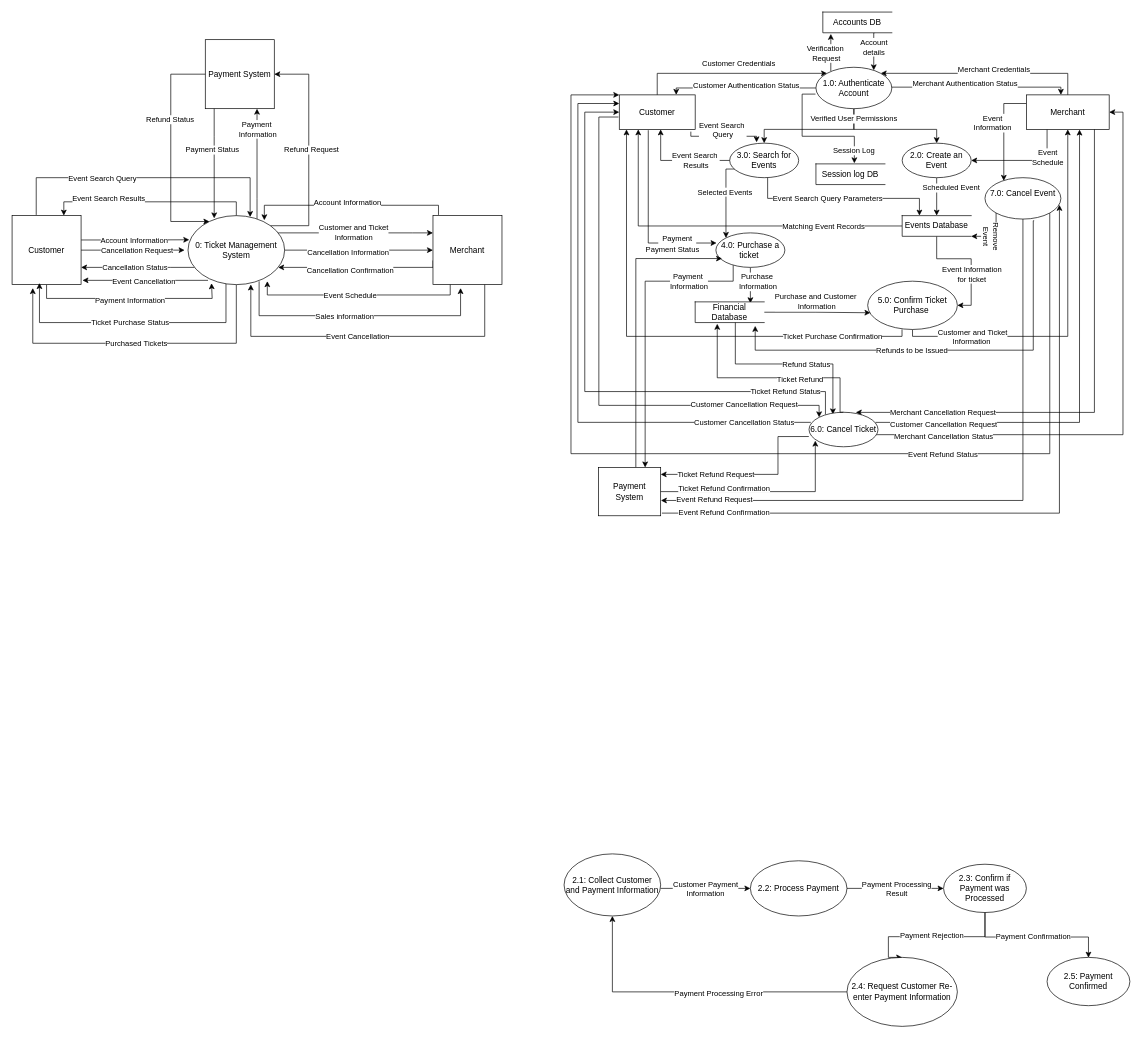
Earlier version of the draw.io diagram ITEC 630 DFD Ticket Mangement System .drawio (SteveWChang/UMGC-ITEC--630-Ticketing-System-Modeling-and-Analysis). Source tidied: cells renumbered, new cells numbered last; positions are measured from the earlier drawing's top-left corner, leaving out a move shared by most shapes. Both pictures are drawn from the tidied source at 69%, with x=0, y=0 at pixel (12, 12).
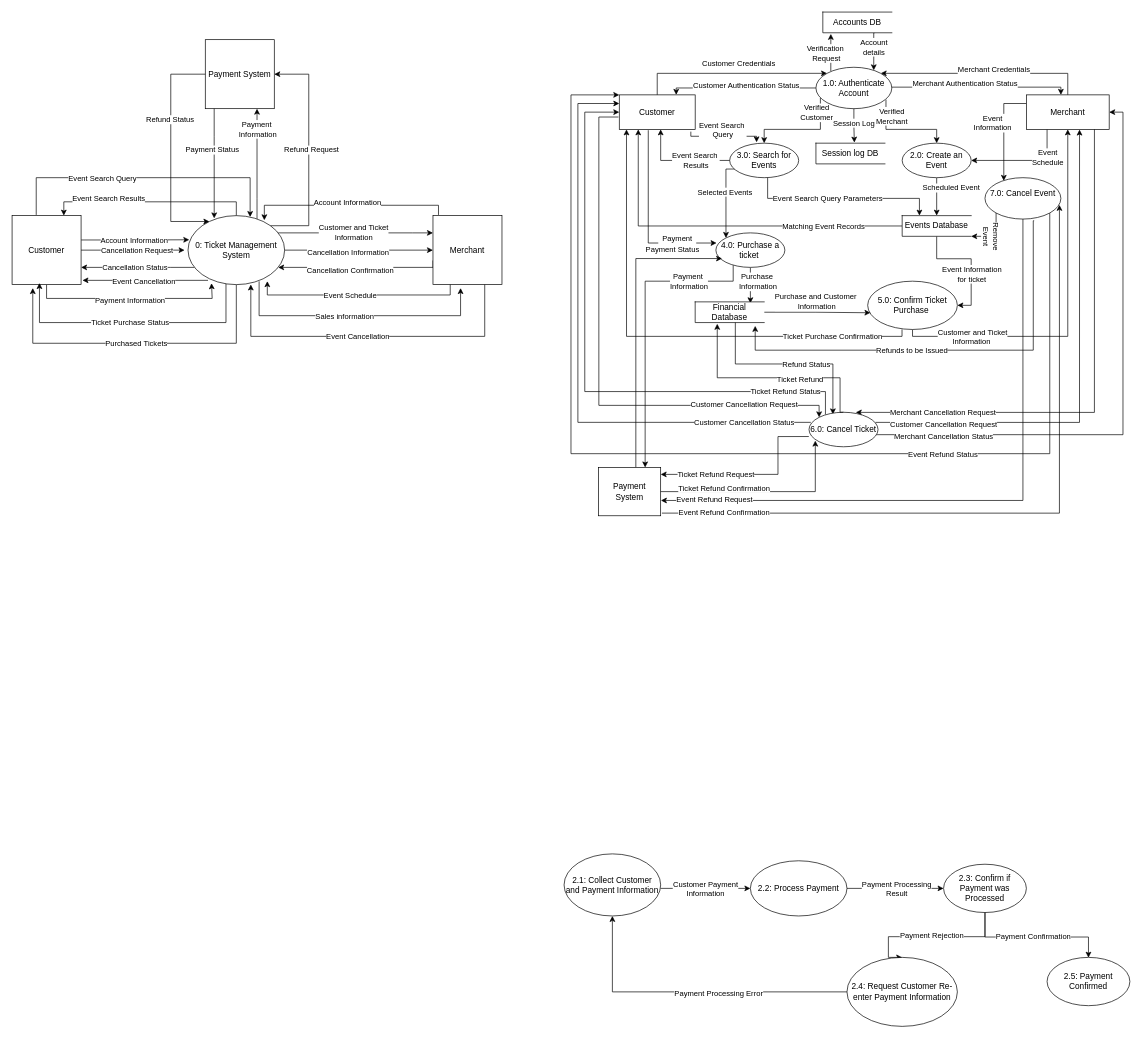
The same page after the edit.

Unchanged cells that the change refers to:
```xml
<mxCell id="28" value="2.0: Create an Event" style="shape=ellipse;html=1;dashed=0;whiteSpace=wrap;perimeter=ellipsePerimeter;" parent="1" vertex="1">
  <mxGeometry x="1290" y="190" width="100" height="50" as="geometry" />
</mxCell>
<mxCell id="99" value="3.0: Search for Events" style="shape=ellipse;html=1;dashed=0;whiteSpace=wrap;perimeter=ellipsePerimeter;" parent="1" vertex="1">
  <mxGeometry x="1040" y="190" width="100" height="50" as="geometry" />
</mxCell>
<mxCell id="111" value="1.0: Authenticate Account" style="shape=ellipse;html=1;dashed=0;whiteSpace=wrap;perimeter=ellipsePerimeter;" parent="1" vertex="1">
  <mxGeometry x="1165" y="80" width="110" height="60" as="geometry" />
</mxCell>
```

Diff of the diagram source:
```diff
@@
-    <mxCell id="108" style="edgeStyle=orthogonalEdgeStyle;rounded=0;jettySize=auto;html=1;exitX=0.5;exitY=1;exitDx=0;exitDy=0;entryX=0.5;entryY=0;entryDx=0;entryDy=0;" parent="1" edge="1" source="111" target="99">
-      <mxGeometry relative="1" as="geometry">
+    <mxCell id="108" style="edgeStyle=orthogonalEdgeStyle;rounded=0;jettySize=auto;html=1;exitX=0.059;exitY=0.742;exitDx=0;exitDy=0;entryX=0.5;entryY=0;entryDx=0;entryDy=0;exitPerimeter=0;" parent="1" edge="1" source="111" target="99">
+      <mxGeometry x="-0.22" relative="1" as="geometry">
         <Array as="points">
-          <mxPoint x="1220" y="170" />
+          <mxPoint x="1171.5" y="170" />
           <mxPoint x="1090" y="170" />
         </Array>
       </mxGeometry>
     </mxCell>
+    <mxCell id="154" value="&lt;div&gt;Verified&lt;/div&gt;&lt;div&gt;Customer&lt;/div&gt;" style="edgeLabel;html=1;align=center;verticalAlign=middle;" parent="108" vertex="1">
+      <mxGeometry x="-0.57" relative="1" as="geometry">
+        <mxPoint x="-6" y="-11" as="offset" />
+      </mxGeometry>
+    </mxCell>
-    <mxCell id="109" style="edgeStyle=orthogonalEdgeStyle;rounded=0;jettySize=auto;html=1;entryX=0.5;entryY=0;entryDx=0;entryDy=0;" parent="1" edge="1" source="111" target="28">
-      <mxGeometry relative="1" as="geometry">
+    <mxCell id="109" style="edgeStyle=orthogonalEdgeStyle;rounded=0;jettySize=auto;html=1;entryX=0.5;entryY=0;entryDx=0;entryDy=0;exitX=0.923;exitY=0.778;exitDx=0;exitDy=0;exitPerimeter=0;" parent="1" edge="1" source="111" target="28">
+      <mxGeometry x="-0.24" relative="1" as="geometry">
         <Array as="points">
-          <mxPoint x="1220" y="170" />
+          <mxPoint x="1266.5" y="170" />
           <mxPoint x="1340" y="170" />
         </Array>
       </mxGeometry>
     </mxCell>
-    <mxCell id="110" value="Verified User Permissions" style="edgeLabel;html=1;align=center;verticalAlign=middle;" parent="109" vertex="1">
-      <mxGeometry x="-0.83" y="-1" relative="1" as="geometry" />
+    <mxCell id="110" value="&lt;div&gt;Verified&lt;/div&gt;&lt;div&gt;Merchant&lt;/div&gt;" style="edgeLabel;html=1;align=center;verticalAlign=middle;" parent="109" vertex="1">
+      <mxGeometry x="-0.35" y="-1" relative="1" as="geometry">
+        <mxPoint x="7" y="-21" as="offset" />
+      </mxGeometry>
     </mxCell>
@@
     <mxCell id="118" value="Session log DB" style="html=1;dashed=0;whiteSpace=wrap;shape=partialRectangle;right=0;" parent="1" vertex="1">
-      <mxGeometry x="1165" y="220" width="100" height="30" as="geometry" />
+      <mxGeometry x="1165" y="190" width="100" height="30" as="geometry" />
     </mxCell>
-    <mxCell id="119" style="edgeStyle=orthogonalEdgeStyle;rounded=0;jettySize=auto;html=1;exitX=-0.006;exitY=0.648;exitDx=0;exitDy=0;entryX=0.557;entryY=-0.029;entryDx=0;entryDy=0;entryPerimeter=0;exitPerimeter=0;" parent="1" edge="1" source="111" target="118">
+    <mxCell id="119" style="edgeStyle=orthogonalEdgeStyle;rounded=0;jettySize=auto;html=1;exitX=0.5;exitY=1;exitDx=0;exitDy=0;entryX=0.557;entryY=-0.029;entryDx=0;entryDy=0;entryPerimeter=0;" parent="1" edge="1" source="111" target="118">
       <mxGeometry x="0.35" relative="1" as="geometry" />
     </mxCell>
     <mxCell id="120" value="Session Log" style="edgeLabel;html=1;align=center;verticalAlign=middle;" parent="119" vertex="1">
       <mxGeometry x="0.7" y="1" relative="1" as="geometry">
-        <mxPoint x="-2" y="11" as="offset" />
+        <mxPoint x="-2" y="-21" as="offset" />
       </mxGeometry>
     </mxCell>
```
